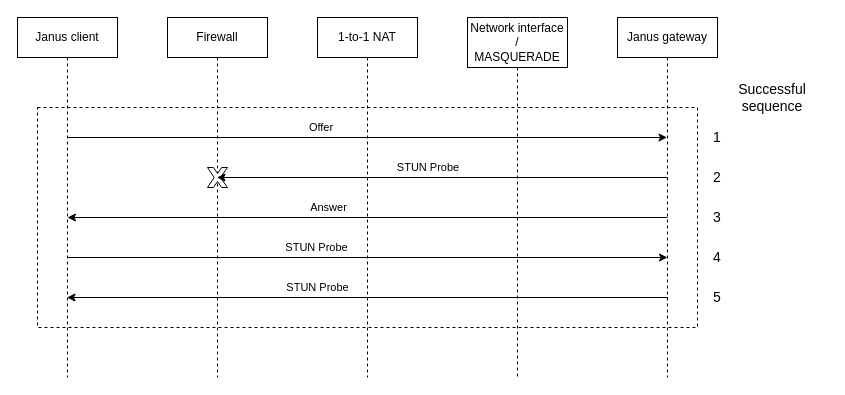
Above: doc/sequence_successful.drawio in bartbalaz/janus-container (draw.io), before the change. Source tidied: cells renumbered, new cells numbered last; positions are measured from the earlier drawing's top-left corner, leaving out a move shared by most shapes. Both pictures are drawn from the tidied source at 100%, with x=0, y=0 at pixel (17, 17).
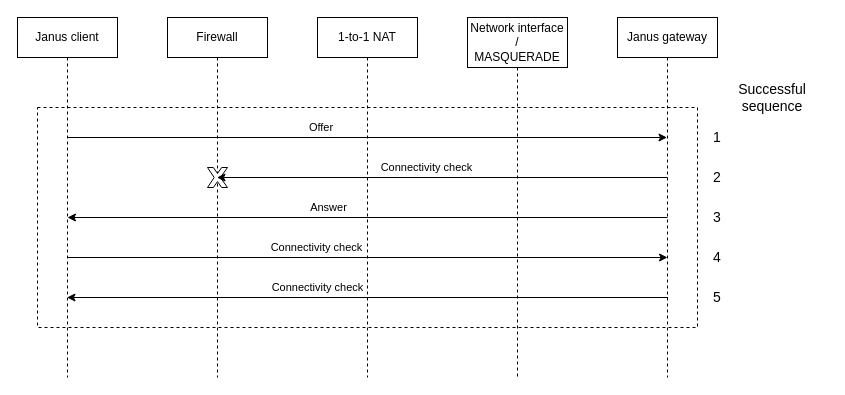
The same diagram, later.

Unchanged cells that the change refers to:
```xml
<mxCell id="3" value="Janus client" style="shape=umlLifeline;perimeter=lifelinePerimeter;whiteSpace=wrap;html=1;outlineConnect=0;" parent="1" vertex="1">
  <mxGeometry width="100" height="360" as="geometry" />
</mxCell>
<mxCell id="4" value="Firewall" style="shape=umlLifeline;perimeter=lifelinePerimeter;whiteSpace=wrap;html=1;outlineConnect=0;" parent="1" vertex="1">
  <mxGeometry x="150" width="100" height="360" as="geometry" />
</mxCell>
```

What changed in the source:
```diff
@@
-    <mxCell id="11" value="&amp;nbsp;STUN Probe" style="endArrow=classic;html=1;" parent="1" edge="1" target="4">
+    <mxCell id="11" value="Connectivity check" style="endArrow=classic;html=1;" parent="1" edge="1" target="4">
       <mxGeometry x="0.07" y="-10" relative="1" as="geometry">
         <mxPoint x="650" y="160" as="sourcePoint" />
       </mxGeometry>
     </mxCell>
-    <mxCell id="12" value="STUN Probe" style="endArrow=classic;html=1;" parent="1" edge="1">
+    <mxCell id="12" value="Connectivity check" style="endArrow=classic;html=1;" parent="1" edge="1">
       <mxGeometry x="-0.17" y="10" relative="1" as="geometry">
         <mxPoint x="50" y="240" as="sourcePoint" />
         <mxPoint x="650" y="240" as="targetPoint" />
       </mxGeometry>
     </mxCell>
-    <mxCell id="13" value="STUN Probe" style="endArrow=classic;html=1;" parent="1" edge="1" target="3">
+    <mxCell id="13" value="Connectivity check" style="endArrow=classic;html=1;" parent="1" edge="1" target="3">
       <mxGeometry x="0.17" y="-10" relative="1" as="geometry">
         <mxPoint x="650.5" y="280" as="sourcePoint" />
         <mxPoint x="1" as="offset" />
       </mxGeometry>
     </mxCell>
```
